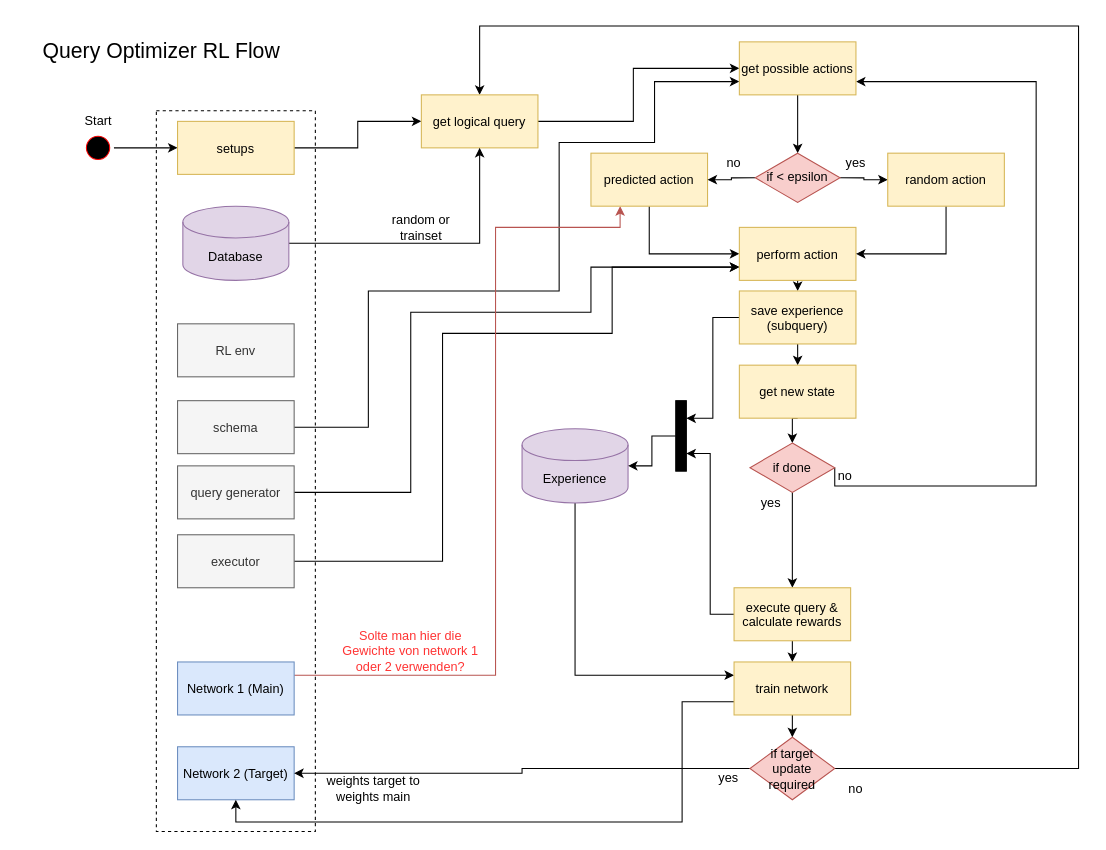
This is RL_Flow.drawio from dsghrg/releo, a draw.io file, before an edit. Source tidied: cells renumbered, new cells numbered last; positions are measured from the earlier drawing's top-left corner, leaving out a move shared by most shapes. Both pictures are drawn from the tidied source at 106%, with x=0, y=0 at pixel (18, 20). Pictures stored in the file or linked from it are replaced by grey dashed boxes.
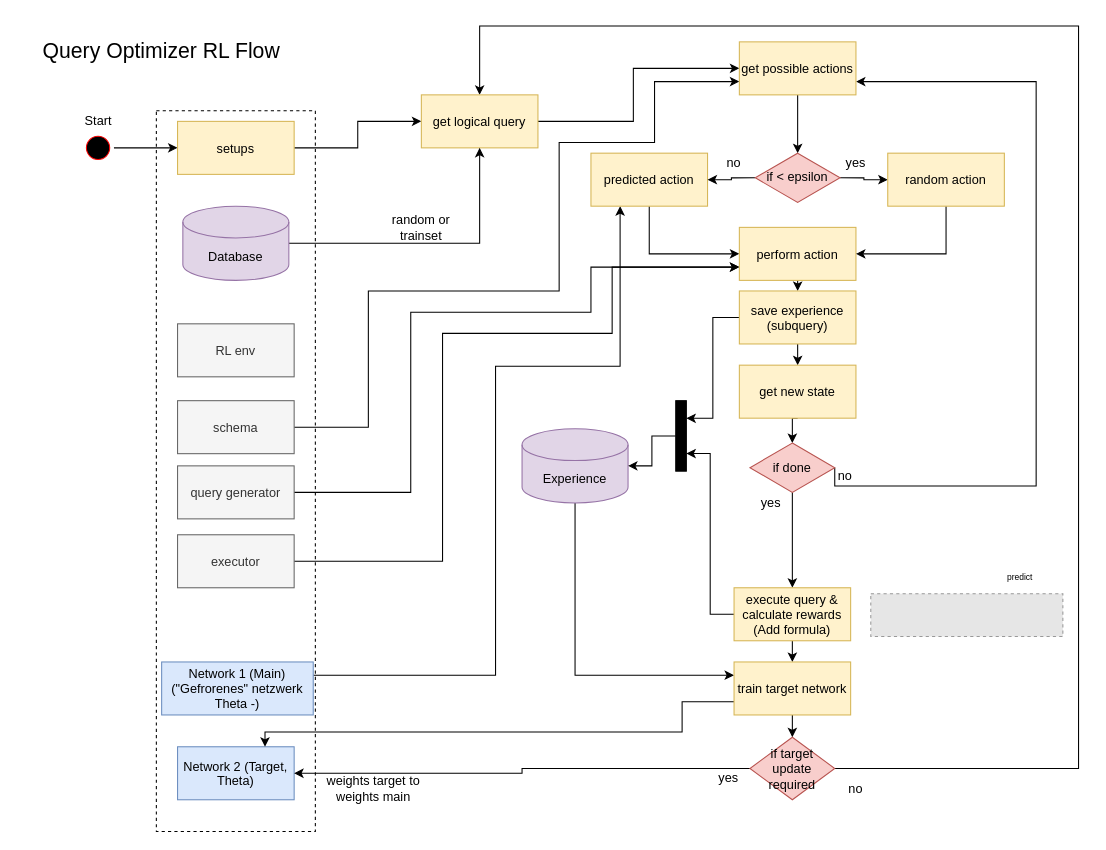
After the change.

The change refers to these unchanged cells:
```xml
<mxCell id="19" value="predicted action" style="fillColor=#fff2cc;strokeColor=#d6b656;" parent="1" vertex="1">
  <mxGeometry x="540" y="125" width="110" height="50" as="geometry" />
</mxCell>
```

Change to the diagram source:
```diff
@@
-    <mxCell id="15" style="edgeStyle=orthogonalEdgeStyle;rounded=0;jettySize=auto;html=1;exitX=1;exitY=0.25;exitDx=0;exitDy=0;entryX=0.25;entryY=1;entryDx=0;entryDy=0;fillColor=#f8cecc;strokeColor=#b85450;" parent="1" edge="1" source="16" target="19">
+    <mxCell id="15" style="edgeStyle=orthogonalEdgeStyle;rounded=0;jettySize=auto;html=1;exitX=1;exitY=0.25;exitDx=0;exitDy=0;entryX=0.25;entryY=1;entryDx=0;entryDy=0;fillColor=#f8cecc;" parent="1" edge="1" source="16" target="19">
       <mxGeometry relative="1" as="geometry">
         <Array as="points">
           <mxPoint x="450" y="618" />
-          <mxPoint x="450" y="195" />
-          <mxPoint x="568" y="195" />
+          <mxPoint x="450" y="326" />
+          <mxPoint x="568" y="326" />
+          <mxPoint x="568" y="175" />
         </Array>
       </mxGeometry>
     </mxCell>
-    <mxCell id="16" value="Network 1 (Main)" style="fillColor=#dae8fc;strokeColor=#6c8ebf;" parent="1" vertex="1">
-      <mxGeometry x="150" y="605" width="110" height="50" as="geometry" />
+    <mxCell id="16" value="Network 1 (Main)&#10;(&quot;Gefrorenes&quot; netzwerk&#10;Theta -)" style="fillColor=#dae8fc;strokeColor=#6c8ebf;" parent="1" vertex="1">
+      <mxGeometry x="135" y="605" width="143" height="50" as="geometry" />
     </mxCell>
-    <mxCell id="17" value="Network 2 (Target)" style="fillColor=#dae8fc;strokeColor=#6c8ebf;" parent="1" vertex="1">
+    <mxCell id="17" value="Network 2 (Target,&#10;Theta)" style="fillColor=#dae8fc;strokeColor=#6c8ebf;" parent="1" vertex="1">
       <mxGeometry x="150" y="685" width="110" height="50" as="geometry" />
     </mxCell>
@@
-    <mxCell id="36" value="execute query &amp;&#10;calculate rewards" style="fillColor=#fff2cc;strokeColor=#d6b656;" parent="1" vertex="1">
+    <mxCell id="36" value="execute query &amp;&#10;calculate rewards&#10;(Add formula)" style="fillColor=#fff2cc;strokeColor=#d6b656;" parent="1" vertex="1">
       <mxGeometry x="675" y="535" width="110" height="50" as="geometry" />
     </mxCell>
@@
-    <mxCell id="39" style="edgeStyle=orthogonalEdgeStyle;rounded=0;jettySize=auto;html=1;exitX=0;exitY=0.75;exitDx=0;exitDy=0;" parent="1" edge="1" source="41" target="17">
+    <mxCell id="39" style="edgeStyle=orthogonalEdgeStyle;rounded=0;jettySize=auto;html=1;exitX=0;exitY=0.75;exitDx=0;exitDy=0;entryX=0.75;entryY=0;entryDx=0;entryDy=0;" parent="1" edge="1" source="41" target="17">
       <mxGeometry relative="1" as="geometry">
         <Array as="points">
           <mxPoint x="626" y="643" />
-          <mxPoint x="626" y="756" />
-          <mxPoint x="205" y="756" />
+          <mxPoint x="626" y="671" />
+          <mxPoint x="233" y="671" />
         </Array>
       </mxGeometry>
     </mxCell>
@@
-    <mxCell id="41" value="train network" style="fillColor=#fff2cc;strokeColor=#d6b656;" parent="1" vertex="1">
+    <mxCell id="41" value="train target network" style="fillColor=#fff2cc;strokeColor=#d6b656;" parent="1" vertex="1">
       <mxGeometry x="675" y="605" width="110" height="50" as="geometry" />
     </mxCell>
@@
-    <mxCell id="62" value="Solte man hier die Gewichte von network 1 oder 2 verwenden?" style="text;html=1;strokeColor=none;fillColor=none;align=center;verticalAlign=middle;whiteSpace=wrap;rounded=0;dashed=1;fontColor=#FF3333;" parent="1" vertex="1">
-      <mxGeometry x="300" y="585" width="140" height="20" as="geometry" />
-    </mxCell>
@@
+    <mxCell id="64" style="fillColor=#E6E6E6;strokeColor=#999999;dashed=1;verticalLabelPosition=bottom;labelBackgroundColor=#ffffff;verticalAlign=top;" parent="1" vertex="1">
+      <mxGeometry x="804" y="540.6" width="181.2" height="40.4" as="geometry" />
+    </mxCell>
+    <mxCell id="65" value="predict" style="text;html=1;strokeColor=none;fillColor=none;align=center;verticalAlign=middle;whiteSpace=wrap;rounded=0;dashed=1;fontSize=8;fontColor=#000000;" parent="1" vertex="1">
+      <mxGeometry x="925" y="515" width="40" height="20" as="geometry" />
+    </mxCell>
```
